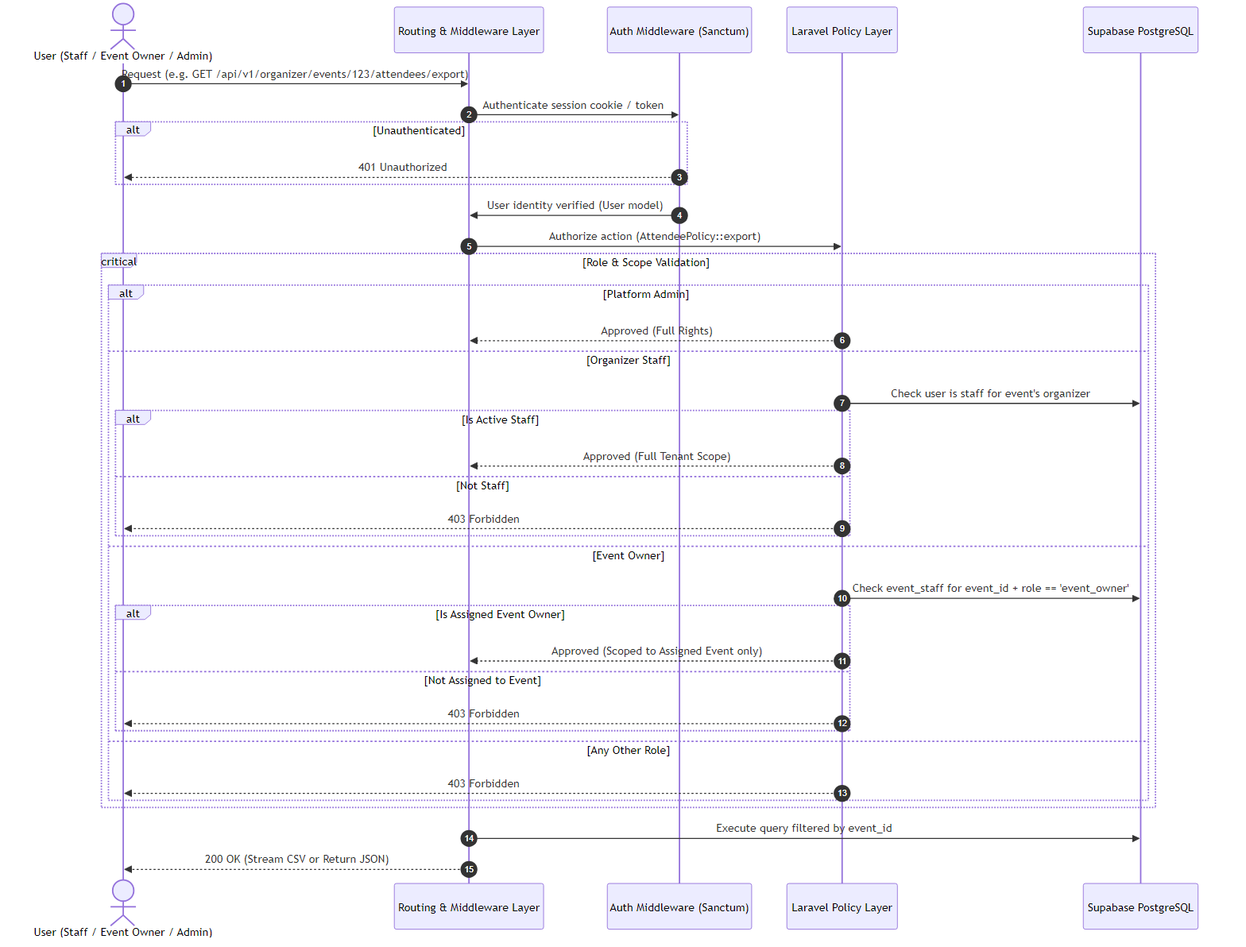
Above: doc/diagrams/roleandprivileage/02-authorization-pipeline.png in kreativesahara/ticket (Mermaid), before the change. Its source is kept beside it as doc/diagrams/roleandprivileage/02-authorization-pipeline.mmd. Source of this version:
```mermaid
sequenceDiagram
    autonumber
    actor Client as User (Staff / Event Owner / Admin)
    participant HTTP as Routing & Middleware Layer
    participant Sanctum as Auth Middleware (Sanctum)
    participant Policy as Laravel Policy Layer
    participant DB as Supabase PostgreSQL

    Client->>HTTP: Request (e.g. GET /api/v1/organizer/events/123/attendees/export)
    HTTP->>Sanctum: Authenticate session cookie / token
    alt Unauthenticated
        Sanctum-->>Client: 401 Unauthorized
    end

    Sanctum->>HTTP: User identity verified (User model)
    HTTP->>Policy: Authorize action (AttendeePolicy::export)

    critical Role & Scope Validation
        alt Platform Admin
            Policy-->>HTTP: Approved (Full Rights)
        else Organizer Staff
            Policy->>DB: Check user is staff for event's organizer
            alt Is Active Staff
                Policy-->>HTTP: Approved (Full Tenant Scope)
            else Not Staff
                Policy-->>Client: 403 Forbidden
            end
        else Event Owner
            Policy->>DB: Check event_staff for event_id + role == 'event_owner'
            alt Is Assigned Event Owner
                Policy-->>HTTP: Approved (Scoped to Assigned Event only)
            else Not Assigned to Event
                Policy-->>Client: 403 Forbidden
            end
        else Any Other Role
            Policy-->>Client: 403 Forbidden
        end
    end

    HTTP->>DB: Execute query filtered by event_id
    HTTP-->>Client: 200 OK (Stream CSV or Return JSON)
```
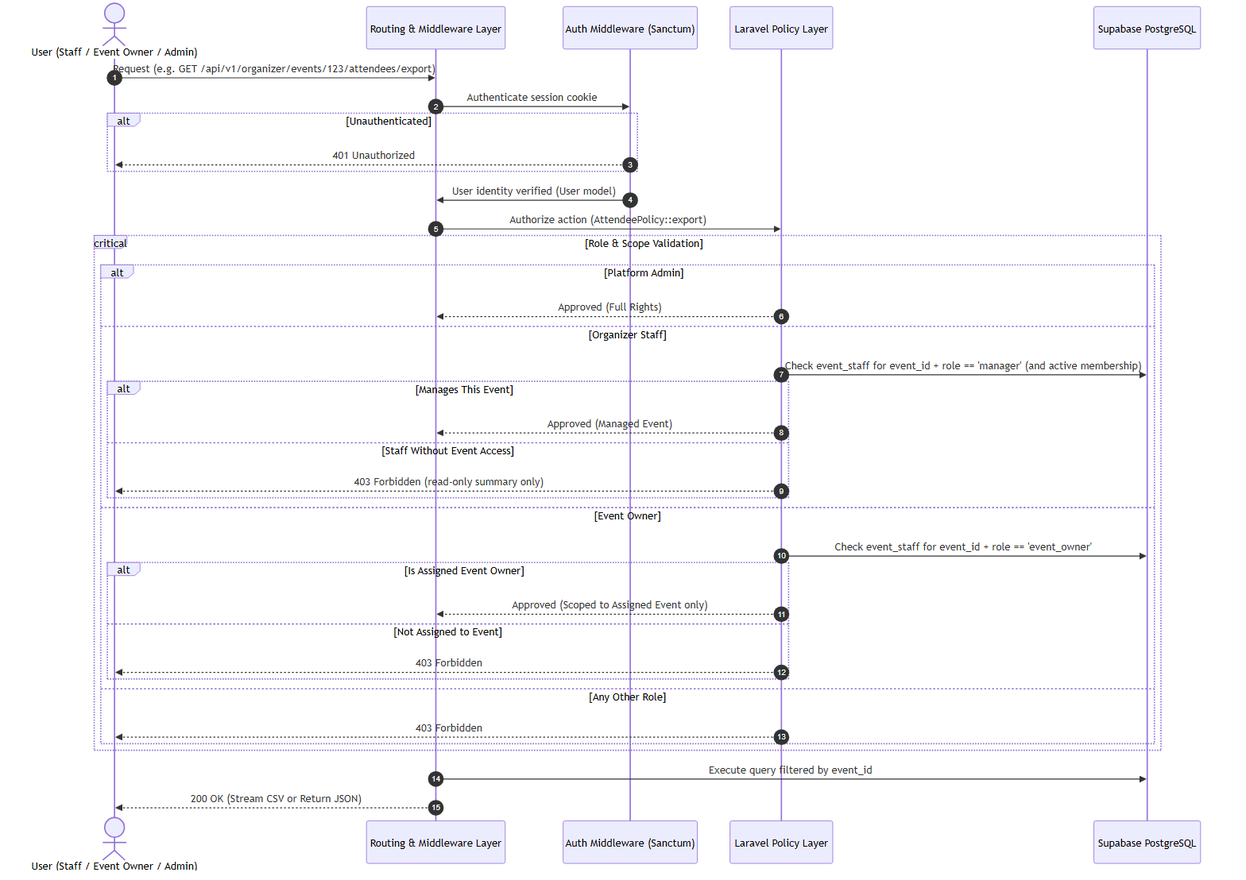
The same diagram one commit later.

The edit, as a diff of the source:
```diff
@@ -7,7 +7,7 @@
     participant DB as Supabase PostgreSQL
 
     Client->>HTTP: Request (e.g. GET /api/v1/organizer/events/123/attendees/export)
-    HTTP->>Sanctum: Authenticate session cookie / token
+    HTTP->>Sanctum: Authenticate session cookie
     alt Unauthenticated
         Sanctum-->>Client: 401 Unauthorized
     end
@@ -19,11 +19,11 @@
         alt Platform Admin
             Policy-->>HTTP: Approved (Full Rights)
         else Organizer Staff
-            Policy->>DB: Check user is staff for event's organizer
-            alt Is Active Staff
-                Policy-->>HTTP: Approved (Full Tenant Scope)
-            else Not Staff
-                Policy-->>Client: 403 Forbidden
+            Policy->>DB: Check event_staff for event_id + role == 'manager' (and active membership)
+            alt Manages This Event
+                Policy-->>HTTP: Approved (Managed Event)
+            else Staff Without Event Access
+                Policy-->>Client: 403 Forbidden (read-only summary only)
             end
         else Event Owner
             Policy->>DB: Check event_staff for event_id + role == 'event_owner'
```
